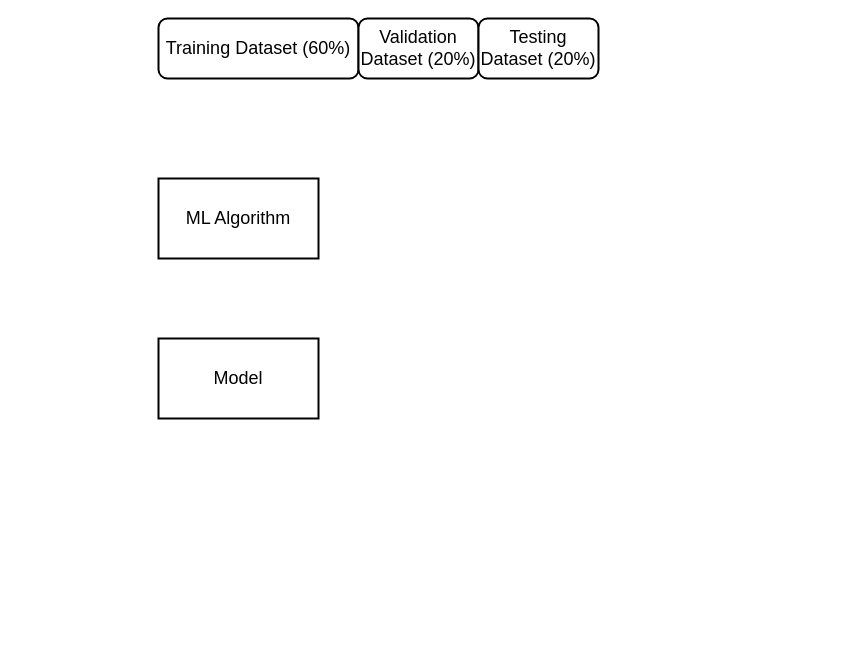
This is evaluation.drawio from mzndnes/resume, a draw.io file, before an edit. Source tidied: cells renumbered, new cells numbered last; positions are measured from the earlier drawing's top-left corner, leaving out a move shared by most shapes. Both pictures are drawn from the tidied source at 100%, with x=0, y=0 at pixel (158, 18).
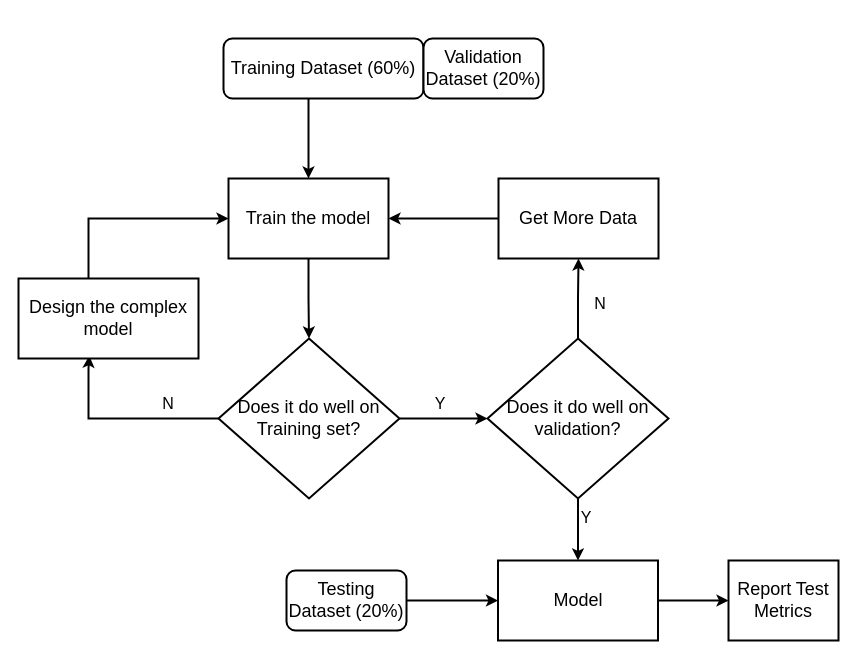
Above is the later version.

What changed in the source:
```diff
@@
+    <mxCell id="7" style="edgeStyle=orthogonalEdgeStyle;rounded=0;jettySize=auto;html=1;strokeWidth=2;" parent="1" edge="1" source="2" target="5">
+      <mxGeometry relative="1" as="geometry">
+        <Array as="points">
+          <mxPoint x="150" y="90" />
+          <mxPoint x="150" y="90" />
+        </Array>
+      </mxGeometry>
+    </mxCell>
     <mxCell id="2" value="Training Dataset (60%)" style="rounded=1;whiteSpace=wrap;html=1;strokeWidth=2;fontSize=18;" parent="1" vertex="1">
-      <mxGeometry width="200" height="60" as="geometry" />
+      <mxGeometry x="65" y="20" width="200" height="60" as="geometry" />
     </mxCell>
+    <mxCell id="8" style="edgeStyle=orthogonalEdgeStyle;rounded=0;jettySize=auto;html=1;strokeWidth=2;entryX=0.5;entryY=0;entryDx=0;entryDy=0;" parent="1" edge="1" source="5" target="13">
+      <mxGeometry relative="1" as="geometry" />
+    </mxCell>
+    <mxCell id="5" value="Train the model" style="rounded=0;whiteSpace=wrap;html=1;fontSize=18;strokeWidth=2;" parent="1" vertex="1">
+      <mxGeometry x="70" y="160" width="160" height="80" as="geometry" />
+    </mxCell>
+    <mxCell id="9" style="edgeStyle=orthogonalEdgeStyle;rounded=0;jettySize=auto;html=1;strokeWidth=2;" parent="1" edge="1" source="10" target="5">
+      <mxGeometry relative="1" as="geometry" />
+    </mxCell>
+    <mxCell id="10" value="Get More Data" style="rounded=0;whiteSpace=wrap;html=1;fontSize=18;strokeWidth=2;" parent="1" vertex="1">
+      <mxGeometry x="340" y="160" width="160" height="80" as="geometry" />
+    </mxCell>
+    <mxCell id="11" style="edgeStyle=orthogonalEdgeStyle;rounded=0;jettySize=auto;html=1;entryX=0.393;entryY=0.966;entryDx=0;entryDy=0;entryPerimeter=0;strokeWidth=2;" parent="1" edge="1" source="13" target="15">
+      <mxGeometry relative="1" as="geometry">
+        <Array as="points">
+          <mxPoint x="-70" y="400" />
+          <mxPoint x="-70" y="350" />
+        </Array>
+      </mxGeometry>
+    </mxCell>
+    <mxCell id="12" style="edgeStyle=orthogonalEdgeStyle;rounded=0;jettySize=auto;html=1;strokeWidth=2;" parent="1" edge="1" source="13" target="18">
+      <mxGeometry relative="1" as="geometry" />
+    </mxCell>
+    <mxCell id="13" value="Does it do well on Training set?" style="rhombus;whiteSpace=wrap;html=1;strokeWidth=2;fontSize=18;" parent="1" vertex="1">
+      <mxGeometry x="60" y="320" width="181" height="160" as="geometry" />
+    </mxCell>
+    <mxCell id="14" style="edgeStyle=orthogonalEdgeStyle;rounded=0;jettySize=auto;html=1;entryX=0;entryY=0.5;entryDx=0;entryDy=0;strokeWidth=2;" parent="1" edge="1" source="15" target="5">
+      <mxGeometry relative="1" as="geometry">
+        <Array as="points">
+          <mxPoint x="-70" y="200" />
+        </Array>
+      </mxGeometry>
+    </mxCell>
+    <mxCell id="15" value="Design the complex model" style="rounded=0;whiteSpace=wrap;html=1;fontSize=18;strokeWidth=2;" parent="1" vertex="1">
+      <mxGeometry x="-140" y="260" width="180" height="80" as="geometry" />
+    </mxCell>
+    <mxCell id="16" style="edgeStyle=orthogonalEdgeStyle;rounded=0;jettySize=auto;html=1;strokeWidth=2;" parent="1" edge="1" source="18" target="10">
+      <mxGeometry relative="1" as="geometry" />
+    </mxCell>
+    <mxCell id="17" style="edgeStyle=orthogonalEdgeStyle;rounded=0;jettySize=auto;html=1;strokeWidth=2;" parent="1" edge="1" source="18" target="6">
+      <mxGeometry relative="1" as="geometry" />
+    </mxCell>
+    <mxCell id="18" value="Does it do well on validation?" style="rhombus;whiteSpace=wrap;html=1;strokeWidth=2;fontSize=18;" parent="1" vertex="1">
+      <mxGeometry x="329" y="320" width="181" height="160" as="geometry" />
+    </mxCell>
+    <mxCell id="19" style="edgeStyle=orthogonalEdgeStyle;rounded=0;jettySize=auto;html=1;strokeWidth=2;" parent="1" edge="1" source="6" target="21">
+      <mxGeometry relative="1" as="geometry" />
+    </mxCell>
+    <mxCell id="6" value="Model" style="rounded=0;whiteSpace=wrap;html=1;fontSize=18;strokeWidth=2;" parent="1" vertex="1">
+      <mxGeometry x="339.5" y="542" width="160" height="80" as="geometry" />
+    </mxCell>
+    <mxCell id="20" style="edgeStyle=orthogonalEdgeStyle;rounded=0;jettySize=auto;html=1;strokeWidth=2;" parent="1" edge="1" source="4" target="6">
+      <mxGeometry relative="1" as="geometry" />
+    </mxCell>
+    <mxCell id="4" value="Testing Dataset (20%)" style="rounded=1;whiteSpace=wrap;html=1;strokeWidth=2;fontSize=18;" parent="1" vertex="1">
+      <mxGeometry x="128" y="552" width="120" height="60" as="geometry" />
+    </mxCell>
+    <mxCell id="21" value="Report Test Metrics" style="rounded=0;whiteSpace=wrap;html=1;fontSize=18;strokeWidth=2;" parent="1" vertex="1">
+      <mxGeometry x="570" y="542" width="110" height="80" as="geometry" />
+    </mxCell>
+    <mxCell id="22" value="N" style="text;html=1;whiteSpace=wrap;strokeColor=none;fillColor=none;align=center;verticalAlign=middle;rounded=0;fontSize=16;" parent="1" vertex="1">
+      <mxGeometry x="-20" y="370" width="60" height="30" as="geometry" />
+    </mxCell>
+    <mxCell id="23" value="N" style="text;html=1;whiteSpace=wrap;strokeColor=none;fillColor=none;align=center;verticalAlign=middle;rounded=0;fontSize=16;" parent="1" vertex="1">
+      <mxGeometry x="411.5" y="270" width="60" height="30" as="geometry" />
+    </mxCell>
+    <mxCell id="24" value="Y" style="text;html=1;whiteSpace=wrap;strokeColor=none;fillColor=none;align=center;verticalAlign=middle;rounded=0;fontSize=16;" parent="1" vertex="1">
+      <mxGeometry x="251.5" y="370" width="60" height="30" as="geometry" />
+    </mxCell>
+    <mxCell id="25" value="Y" style="text;html=1;whiteSpace=wrap;strokeColor=none;fillColor=none;align=center;verticalAlign=middle;rounded=0;fontSize=16;" parent="1" vertex="1">
+      <mxGeometry x="398" y="484" width="60" height="30" as="geometry" />
+    </mxCell>
     <mxCell id="3" value="Validation Dataset (20%)" style="rounded=1;whiteSpace=wrap;html=1;strokeWidth=2;fontSize=18;" parent="1" vertex="1">
-      <mxGeometry x="200" width="120" height="60" as="geometry" />
+      <mxGeometry x="265" y="20" width="120" height="60" as="geometry" />
     </mxCell>
-    <mxCell id="4" value="Testing Dataset (20%)" style="rounded=1;whiteSpace=wrap;html=1;strokeWidth=2;fontSize=18;" parent="1" vertex="1">
-      <mxGeometry x="320" width="120" height="60" as="geometry" />
-    </mxCell>
-    <mxCell id="5" value="ML Algorithm" style="rounded=0;whiteSpace=wrap;html=1;fontSize=18;strokeWidth=2;" parent="1" vertex="1">
-      <mxGeometry y="160" width="160" height="80" as="geometry" />
-    </mxCell>
-    <mxCell id="6" value="Model" style="rounded=0;whiteSpace=wrap;html=1;fontSize=18;strokeWidth=2;" parent="1" vertex="1">
-      <mxGeometry y="320" width="160" height="80" as="geometry" />
-    </mxCell>
```
